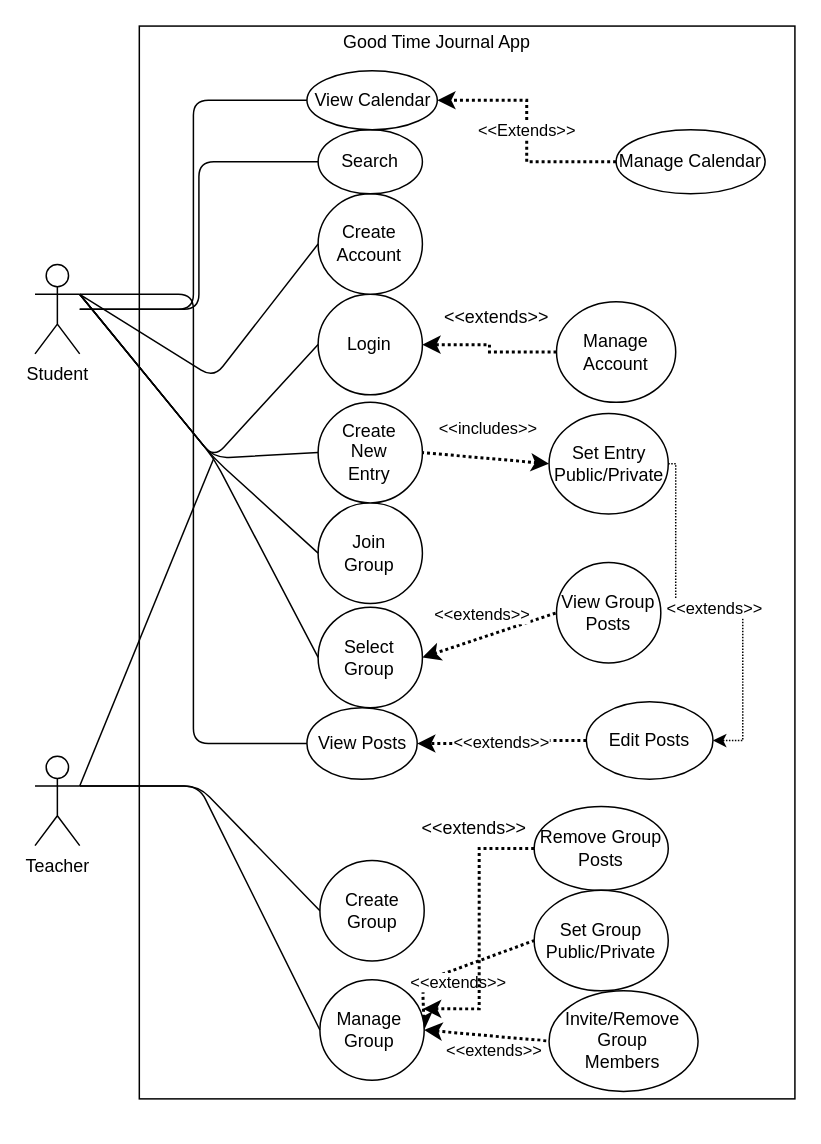
Above: UseCase.drawio in VadathHeilsang/430DreamTeam (draw.io), before the change. Source tidied: cells renumbered, new cells numbered last; positions are measured from the earlier drawing's top-left corner, leaving out a move shared by most shapes. Both pictures are drawn from the tidied source at 149%, with x=0, y=0 at pixel (34, 25).
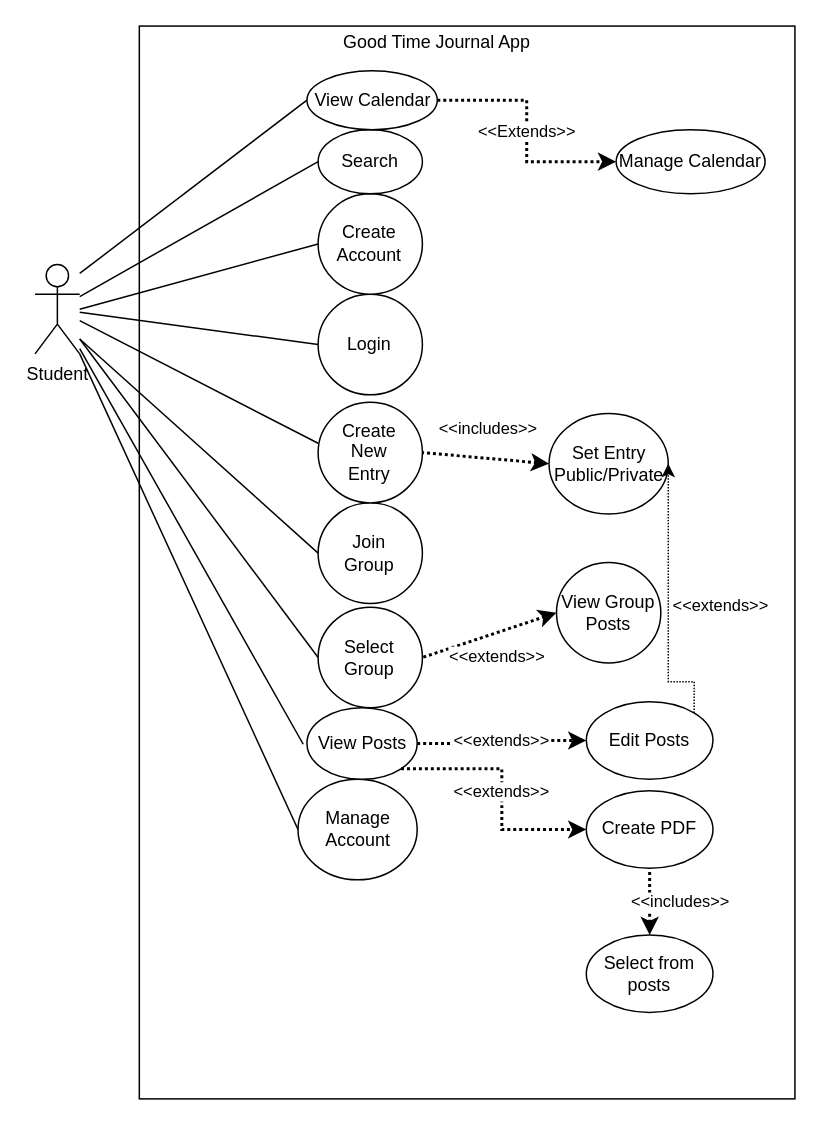
The same diagram, later.

The change refers to these unchanged cells:
```xml
<mxCell id="3" style="group;" parent="2" vertex="1">
  <mxGeometry x="-150" y="-100" width="440" height="732.8" as="geometry" />
</mxCell>
<mxCell id="8" style="ellipse;whiteSpace=wrap;html=1;" parent="7" vertex="1">
  <mxGeometry width="70" height="67.5" as="geometry" />
</mxCell>
<mxCell id="20" style="ellipse;whiteSpace=wrap;html=1;" parent="19" vertex="1">
  <mxGeometry width="70" height="67.5" as="geometry" />
</mxCell>
<mxCell id="23" style="ellipse;whiteSpace=wrap;html=1;" parent="22" vertex="1">
  <mxGeometry width="70" height="67.5" as="geometry" />
</mxCell>
<mxCell id="26" style="ellipse;whiteSpace=wrap;html=1;" parent="25" vertex="1">
  <mxGeometry width="70" height="67.5" as="geometry" />
</mxCell>
<mxCell id="29" style="ellipse;whiteSpace=wrap;html=1;" parent="28" vertex="1">
  <mxGeometry width="80" height="67.5" as="geometry" />
</mxCell>
<mxCell id="32" style="ellipse;whiteSpace=wrap;html=1;" parent="31" vertex="1">
  <mxGeometry width="70" height="67.5" as="geometry" />
</mxCell>
<mxCell id="34" value="Search" style="ellipse;whiteSpace=wrap;html=1;" parent="3" vertex="1">
  <mxGeometry x="120" y="69.5" width="70" height="43" as="geometry" />
</mxCell>
<mxCell id="35" value="View Calendar" style="ellipse;whiteSpace=wrap;html=1;" parent="3" vertex="1">
  <mxGeometry x="112.5" y="30" width="87.5" height="39.5" as="geometry" />
</mxCell>
<mxCell id="37" value="Manage Calendar" style="ellipse;whiteSpace=wrap;html=1;" parent="3" vertex="1">
  <mxGeometry x="320" y="69.5" width="100" height="43" as="geometry" />
</mxCell>
<mxCell id="48" value="View Group Posts" style="ellipse;whiteSpace=wrap;html=1;" parent="3" vertex="1">
  <mxGeometry x="280" y="360" width="70" height="67.5" as="geometry" />
</mxCell>
<mxCell id="49" value="View Posts" style="ellipse;whiteSpace=wrap;html=1;" parent="3" vertex="1">
  <mxGeometry x="112.5" y="457.5" width="74" height="48" as="geometry" />
</mxCell>
<mxCell id="51" value="Edit Posts" style="ellipse;whiteSpace=wrap;html=1;" parent="3" vertex="1">
  <mxGeometry x="300" y="453.5" width="85" height="52" as="geometry" />
</mxCell>
```

Change to the diagram source:
```diff
@@
-    <mxCell id="10" value="&amp;lt;&amp;lt;extends&amp;gt;&amp;gt;" style="endArrow=none;html=1;strokeWidth=2;startArrow=classic;startFill=1;exitX=1;exitY=0.5;exitDx=0;exitDy=0;dashed=1;dashPattern=1 1;entryX=0;entryY=0.5;entryDx=0;entryDy=0;" parent="3" edge="1" source="20" target="48">
+    <mxCell id="10" value="&amp;lt;&amp;lt;extends&amp;gt;&amp;gt;" style="endArrow=none;html=1;strokeWidth=2;startArrow=classic;startFill=1;dashed=1;dashPattern=1 1;entryX=1;entryY=0.5;entryDx=0;entryDy=0;exitX=0;exitY=0.5;exitDx=0;exitDy=0;" parent="3" edge="1" source="48" target="20">
       <mxGeometry x="-0.01" y="15" relative="1" as="geometry" />
     </mxCell>
-    <mxCell id="11" value="&amp;lt;&amp;lt;extends&amp;gt;&amp;gt;" style="endArrow=none;html=1;strokeWidth=2;startArrow=classic;startFill=1;dashed=1;dashPattern=1 1;entryX=0;entryY=0.5;entryDx=0;entryDy=0;exitX=1;exitY=0.5;exitDx=0;exitDy=0;" parent="3" edge="1" source="38" target="43">
-      <mxGeometry x="-0.03" y="-9" relative="1" as="geometry">
-        <Array as="points">
-          <mxPoint x="190" y="641.2" />
-        </Array>
-      </mxGeometry>
-    </mxCell>
-    <mxCell id="12" value="&amp;lt;&amp;lt;extends&amp;gt;&amp;gt;" style="endArrow=none;html=1;strokeWidth=2;startArrow=classic;startFill=1;dashed=1;dashPattern=1 1;entryX=0;entryY=0.5;entryDx=0;entryDy=0;exitX=1;exitY=0.5;exitDx=0;exitDy=0;" parent="3" edge="1" source="38" target="46">
-      <mxGeometry x="0.14" y="-10" relative="1" as="geometry" />
-    </mxCell>
-    <mxCell id="13" style="edgeStyle=orthogonalEdgeStyle;rounded=0;jettySize=auto;html=1;exitX=0;exitY=0.5;exitDx=0;exitDy=0;dashed=1;dashPattern=1 1;strokeWidth=2;" parent="3" edge="1" source="14" target="26">
-      <mxGeometry relative="1" as="geometry" />
-    </mxCell>
     <mxCell id="14" value="Manage Account" style="ellipse;whiteSpace=wrap;html=1;" parent="3" vertex="1">
-      <mxGeometry x="280" y="185" width="80" height="67.5" as="geometry" />
+      <mxGeometry x="106.5" y="505.5" width="80" height="67.5" as="geometry" />
     </mxCell>
-    <mxCell id="15" value="&amp;lt;&amp;lt;extends&amp;gt;&amp;gt;" style="text;html=1;strokeColor=none;fillColor=none;align=center;verticalAlign=middle;whiteSpace=wrap;rounded=0;" parent="3" vertex="1">
-      <mxGeometry x="220" y="185" width="40" height="22.5" as="geometry" />
-    </mxCell>
-    <mxCell id="16" style="edgeStyle=orthogonalEdgeStyle;rounded=0;jettySize=auto;html=1;exitX=0;exitY=0.5;exitDx=0;exitDy=0;entryX=0.989;entryY=0.29;entryDx=0;entryDy=0;entryPerimeter=0;dashed=1;dashPattern=1 1;strokeWidth=2;" parent="3" edge="1" source="17" target="38">
-      <mxGeometry relative="1" as="geometry" />
-    </mxCell>
-    <mxCell id="17" value="Remove Group Posts" style="ellipse;whiteSpace=wrap;html=1;" parent="3" vertex="1">
-      <mxGeometry x="265" y="523.8" width="90" height="56.2" as="geometry" />
-    </mxCell>
-    <mxCell id="18" value="&amp;lt;&amp;lt;extends&amp;gt;&amp;gt;" style="text;html=1;strokeColor=none;fillColor=none;align=center;verticalAlign=middle;whiteSpace=wrap;rounded=0;" parent="3" vertex="1">
-      <mxGeometry x="205" y="528" width="40" height="22.5" as="geometry" />
-    </mxCell>
@@
-    <mxCell id="36" value="&amp;lt;&amp;lt;Extends&amp;gt;&amp;gt;" style="edgeStyle=orthogonalEdgeStyle;rounded=0;jettySize=auto;html=1;dashed=1;dashPattern=1 1;endArrow=classic;endFill=1;strokeColor=#000000;strokeWidth=2;" parent="3" edge="1" source="37" target="35">
+    <mxCell id="36" value="&amp;lt;&amp;lt;Extends&amp;gt;&amp;gt;" style="edgeStyle=orthogonalEdgeStyle;rounded=0;jettySize=auto;html=1;dashed=1;dashPattern=1 1;endArrow=classic;endFill=1;strokeColor=#000000;strokeWidth=2;entryX=0;entryY=0.5;entryDx=0;entryDy=0;exitX=1;exitY=0.5;exitDx=0;exitDy=0;" parent="3" edge="1" source="35" target="37">
       <mxGeometry relative="1" as="geometry" />
     </mxCell>
@@
-    <mxCell id="38" style="ellipse;whiteSpace=wrap;html=1;" parent="3" vertex="1">
-      <mxGeometry x="121.2" y="640" width="70" height="67.5" as="geometry" />
-    </mxCell>
-    <mxCell id="39" value="Manage Group" style="text;html=1;strokeColor=none;fillColor=none;align=center;verticalAlign=middle;whiteSpace=wrap;rounded=0;" parent="3" vertex="1">
-      <mxGeometry x="143.3" y="665.3" width="23.3" height="16.9" as="geometry" />
-    </mxCell>
-    <mxCell id="40" style="ellipse;whiteSpace=wrap;html=1;" parent="3" vertex="1">
-      <mxGeometry x="121.2" y="560" width="70" height="67.5" as="geometry" />
-    </mxCell>
-    <mxCell id="41" value="Create Group" style="text;html=1;strokeColor=none;fillColor=none;align=center;verticalAlign=middle;whiteSpace=wrap;rounded=0;" parent="3" vertex="1">
-      <mxGeometry x="144.6" y="585.3" width="23.3" height="16.9" as="geometry" />
-    </mxCell>
-    <mxCell id="42" style="group;" parent="3" vertex="1">
-      <mxGeometry x="265" y="580" width="90" height="67.5" as="geometry" />
-    </mxCell>
-    <mxCell id="43" style="ellipse;whiteSpace=wrap;html=1;" parent="42" vertex="1">
-      <mxGeometry width="90" height="67.5" as="geometry" />
-    </mxCell>
-    <mxCell id="44" value="Set Group Public/Private" style="text;html=1;strokeColor=none;fillColor=none;align=center;verticalAlign=middle;whiteSpace=wrap;rounded=0;" parent="42" vertex="1">
-      <mxGeometry x="30" y="25.3" width="30" height="16.9" as="geometry" />
-    </mxCell>
-    <mxCell id="45" style="group;" parent="3" vertex="1">
-      <mxGeometry x="275" y="647.5" width="100" height="67.5" as="geometry" />
-    </mxCell>
-    <mxCell id="46" style="ellipse;whiteSpace=wrap;html=1;" parent="45" vertex="1">
-      <mxGeometry width="100" height="67.5" as="geometry" />
-    </mxCell>
-    <mxCell id="47" value="Invite/Remove Group Members" style="text;html=1;strokeColor=none;fillColor=none;align=center;verticalAlign=middle;whiteSpace=wrap;rounded=0;" parent="45" vertex="1">
-      <mxGeometry x="33.3" y="25.3" width="33.3" height="16.9" as="geometry" />
-    </mxCell>
@@
-    <mxCell id="50" value="&amp;lt;&amp;lt;extends&amp;gt;&amp;gt;" style="edgeStyle=orthogonalEdgeStyle;rounded=0;jettySize=auto;html=1;dashed=1;dashPattern=1 1;endArrow=classic;endFill=1;strokeColor=#000000;strokeWidth=2;" parent="3" edge="1" source="51" target="49">
+    <mxCell id="50" value="&amp;lt;&amp;lt;extends&amp;gt;&amp;gt;" style="edgeStyle=orthogonalEdgeStyle;rounded=0;jettySize=auto;html=1;dashed=1;dashPattern=1 1;endArrow=classic;endFill=1;strokeColor=#000000;strokeWidth=2;entryX=0;entryY=0.5;entryDx=0;entryDy=0;exitX=1;exitY=0.5;exitDx=0;exitDy=0;" parent="3" edge="1" source="49" target="51">
       <mxGeometry relative="1" as="geometry" />
     </mxCell>
@@
-    <mxCell id="52" value="&amp;lt;&amp;lt;extends&amp;gt;&amp;gt;" style="edgeStyle=orthogonalEdgeStyle;rounded=0;jettySize=auto;html=1;entryX=1;entryY=0.5;entryDx=0;entryDy=0;endArrow=classic;endFill=1;strokeWidth=1;dashed=1;dashPattern=1 1;" parent="3" edge="1" source="29" target="51">
-      <mxGeometry relative="1" as="geometry">
+    <mxCell id="52" value="&amp;lt;&amp;lt;extends&amp;gt;&amp;gt;" style="edgeStyle=orthogonalEdgeStyle;rounded=0;jettySize=auto;html=1;endArrow=classic;endFill=1;strokeWidth=1;dashed=1;dashPattern=1 1;entryX=1;entryY=0.5;entryDx=0;entryDy=0;exitX=1;exitY=0;exitDx=0;exitDy=0;" parent="3" edge="1" source="51" target="29">
+      <mxGeometry x="-0.04" y="-35" relative="1" as="geometry">
         <Array as="points">
-          <mxPoint x="360" y="294" />
-          <mxPoint x="360" y="391" />
-          <mxPoint x="405" y="391" />
-          <mxPoint x="405" y="480" />
+          <mxPoint x="373" y="440" />
+          <mxPoint x="355" y="440" />
         </Array>
       </mxGeometry>
     </mxCell>
-    <mxCell id="53" style="edgeStyle=none;jettySize=auto;html=1;exitX=1;exitY=0.3333333333333333;exitDx=0;exitDy=0;exitPerimeter=0;endArrow=none;entryX=0;entryY=0.5;entryDx=0;entryDy=0;" parent="1" edge="1" source="57" target="20">
-      <mxGeometry relative="1" as="geometry">
-        <Array as="points">
-          <mxPoint x="120" y="290" />
-        </Array>
-      </mxGeometry>
-    </mxCell>
+    <mxCell id="66" value="Create PDF" style="ellipse;whiteSpace=wrap;html=1;" parent="3" vertex="1">
+      <mxGeometry x="300" y="513.2" width="85" height="52" as="geometry" />
+    </mxCell>
+    <mxCell id="67" value="Select from posts" style="ellipse;whiteSpace=wrap;html=1;" parent="3" vertex="1">
+      <mxGeometry x="300" y="610" width="85" height="52" as="geometry" />
+    </mxCell>
+    <mxCell id="68" value="&amp;lt;&amp;lt;includes&amp;gt;&amp;gt;" style="endArrow=none;html=1;strokeWidth=2;startArrow=classic;startFill=1;entryX=0.5;entryY=1;entryDx=0;entryDy=0;exitX=0.5;exitY=0;exitDx=0;exitDy=0;dashed=1;dashPattern=1 1;" parent="3" edge="1" source="67" target="66">
+      <mxGeometry y="-20" relative="1" as="geometry" />
+    </mxCell>
+    <mxCell id="69" value="&amp;lt;&amp;lt;extends&amp;gt;&amp;gt;" style="edgeStyle=orthogonalEdgeStyle;rounded=0;jettySize=auto;html=1;dashed=1;dashPattern=1 1;endArrow=classic;endFill=1;strokeColor=#000000;strokeWidth=2;entryX=0;entryY=0.5;entryDx=0;entryDy=0;exitX=1;exitY=1;exitDx=0;exitDy=0;" parent="3" edge="1" source="49" target="66">
+      <mxGeometry relative="1" as="geometry" />
+    </mxCell>
+    <mxCell id="57" value="Student" style="shape=umlActor;verticalLabelPosition=bottom;verticalAlign=top;html=1;outlineConnect=0;" parent="1" vertex="1">
+      <mxGeometry y="160" width="30" height="60" as="geometry" />
+    </mxCell>
-    <mxCell id="54" style="edgeStyle=orthogonalEdgeStyle;rounded=1;jettySize=auto;html=1;entryX=0;entryY=0.5;entryDx=0;entryDy=0;strokeWidth=1;endArrow=none;endFill=0;" parent="1" edge="1" source="57" target="34">
+    <mxCell id="54" style="endArrow=none;html=1;entryX=0;entryY=0.5;entryDx=0;entryDy=0;" parent="1" edge="1" source="57" target="34">
       <mxGeometry relative="1" as="geometry" />
     </mxCell>
-    <mxCell id="55" style="edgeStyle=orthogonalEdgeStyle;rounded=1;jettySize=auto;html=1;entryX=0;entryY=0.5;entryDx=0;entryDy=0;strokeWidth=1;endArrow=none;endFill=0;" parent="1" edge="1" source="57" target="35">
-      <mxGeometry relative="1" as="geometry" />
-    </mxCell>
-    <mxCell id="56" style="edgeStyle=orthogonalEdgeStyle;rounded=1;jettySize=auto;html=1;exitX=1;exitY=0.3333333333333333;exitDx=0;exitDy=0;exitPerimeter=0;entryX=0;entryY=0.5;entryDx=0;entryDy=0;endArrow=none;endFill=0;strokeColor=#000000;strokeWidth=1;" parent="1" edge="1" source="57" target="49">
-      <mxGeometry relative="1" as="geometry" />
-    </mxCell>
-    <mxCell id="57" value="Student" style="shape=umlActor;verticalLabelPosition=bottom;verticalAlign=top;html=1;outlineConnect=0;" parent="1" vertex="1">
-      <mxGeometry y="160" width="30" height="60" as="geometry" />
-    </mxCell>
-    <mxCell id="58" style="edgeStyle=none;jettySize=auto;html=1;exitX=1;exitY=0.3333333333333333;exitDx=0;exitDy=0;exitPerimeter=0;endArrow=none;" parent="1" edge="1" source="61">
-      <mxGeometry relative="1" as="geometry">
-        <mxPoint x="120" y="290" as="targetPoint" />
-      </mxGeometry>
-    </mxCell>
-    <mxCell id="59" style="edgeStyle=none;jettySize=auto;html=1;exitX=1;exitY=0.3333333333333333;exitDx=0;exitDy=0;exitPerimeter=0;entryX=0;entryY=0.5;entryDx=0;entryDy=0;endArrow=none;" parent="1" edge="1" source="61" target="40">
-      <mxGeometry relative="1" as="geometry">
-        <Array as="points">
-          <mxPoint x="110" y="510" />
-        </Array>
-      </mxGeometry>
-    </mxCell>
-    <mxCell id="60" style="edgeStyle=none;jettySize=auto;html=1;exitX=1;exitY=0.3333333333333333;exitDx=0;exitDy=0;exitPerimeter=0;entryX=0;entryY=0.5;entryDx=0;entryDy=0;endArrow=none;" parent="1" edge="1" source="61" target="38">
-      <mxGeometry relative="1" as="geometry">
-        <Array as="points">
-          <mxPoint x="110" y="510" />
-        </Array>
-      </mxGeometry>
-    </mxCell>
-    <mxCell id="61" value="Teacher" style="shape=umlActor;verticalLabelPosition=bottom;verticalAlign=top;html=1;outlineConnect=0;" parent="1" vertex="1">
-      <mxGeometry y="490" width="30" height="60" as="geometry" />
-    </mxCell>
-    <mxCell id="62" style="endArrow=none;html=1;entryX=0;entryY=0.5;entryDx=0;entryDy=0;" parent="1" edge="1" target="26">
-      <mxGeometry relative="1" as="geometry">
-        <mxPoint x="30" y="180" as="sourcePoint" />
-        <Array as="points">
-          <mxPoint x="120" y="290" />
-        </Array>
-      </mxGeometry>
-    </mxCell>
-    <mxCell id="63" style="edgeStyle=none;jettySize=auto;html=1;exitX=1;exitY=0.3333333333333333;exitDx=0;exitDy=0;exitPerimeter=0;endArrow=none;entryX=0;entryY=0.5;entryDx=0;entryDy=0;" parent="1" edge="1" source="57" target="23">
-      <mxGeometry relative="1" as="geometry">
-        <Array as="points">
-          <mxPoint x="120" y="290" />
-        </Array>
-      </mxGeometry>
-    </mxCell>
-    <mxCell id="64" style="edgeStyle=none;jettySize=auto;html=1;exitX=1;exitY=0.3333333333333333;exitDx=0;exitDy=0;exitPerimeter=0;entryX=0;entryY=0.5;entryDx=0;entryDy=0;endArrow=none;" parent="1" edge="1" source="57" target="8">
-      <mxGeometry relative="1" as="geometry">
-        <Array as="points">
-          <mxPoint x="120" y="290" />
-        </Array>
-      </mxGeometry>
-    </mxCell>
-    <mxCell id="65" style="endArrow=none;html=1;entryX=0;entryY=0.5;entryDx=0;entryDy=0;exitX=1;exitY=0.3333333333333333;exitDx=0;exitDy=0;exitPerimeter=0;" parent="1" edge="1" source="57" target="32">
-      <mxGeometry relative="1" as="geometry">
-        <Array as="points">
-          <mxPoint x="120" y="236.2" />
-        </Array>
-      </mxGeometry>
-    </mxCell>
+    <mxCell id="70" style="endArrow=none;html=1;entryX=0;entryY=0.5;entryDx=0;entryDy=0;" parent="1" edge="1" target="35">
+      <mxGeometry relative="1" as="geometry">
+        <mxPoint x="30" y="166" as="sourcePoint" />
+      </mxGeometry>
+    </mxCell>
+    <mxCell id="71" style="endArrow=none;html=1;entryX=0;entryY=0.5;entryDx=0;entryDy=0;" parent="1" edge="1" target="32">
+      <mxGeometry relative="1" as="geometry">
+        <mxPoint x="30" y="190" as="sourcePoint" />
+      </mxGeometry>
+    </mxCell>
+    <mxCell id="72" style="endArrow=none;html=1;entryX=0;entryY=0.5;entryDx=0;entryDy=0;" parent="1" edge="1" source="57" target="26">
+      <mxGeometry relative="1" as="geometry" />
+    </mxCell>
+    <mxCell id="73" style="endArrow=none;html=1;entryX=0;entryY=0.5;entryDx=0;entryDy=0;exitX=1;exitY=1;exitDx=0;exitDy=0;exitPerimeter=0;" parent="1" edge="1" source="57" target="14">
+      <mxGeometry relative="1" as="geometry" />
+    </mxCell>
+    <mxCell id="74" style="endArrow=none;html=1;" parent="1" edge="1" source="57">
+      <mxGeometry relative="1" as="geometry">
+        <mxPoint x="180" y="482" as="targetPoint" />
+      </mxGeometry>
+    </mxCell>
+    <mxCell id="75" style="endArrow=none;html=1;entryX=0;entryY=0.5;entryDx=0;entryDy=0;" parent="1" edge="1" target="20">
+      <mxGeometry relative="1" as="geometry">
+        <mxPoint x="30" y="210" as="sourcePoint" />
+      </mxGeometry>
+    </mxCell>
+    <mxCell id="76" style="endArrow=none;html=1;entryX=0;entryY=0.5;entryDx=0;entryDy=0;" parent="1" edge="1" target="8">
+      <mxGeometry relative="1" as="geometry">
+        <mxPoint x="30" y="210" as="sourcePoint" />
+      </mxGeometry>
+    </mxCell>
+    <mxCell id="77" style="endArrow=none;html=1;" parent="1" edge="1" source="57">
+      <mxGeometry relative="1" as="geometry">
+        <mxPoint x="190" y="280" as="targetPoint" />
+      </mxGeometry>
+    </mxCell>
```
